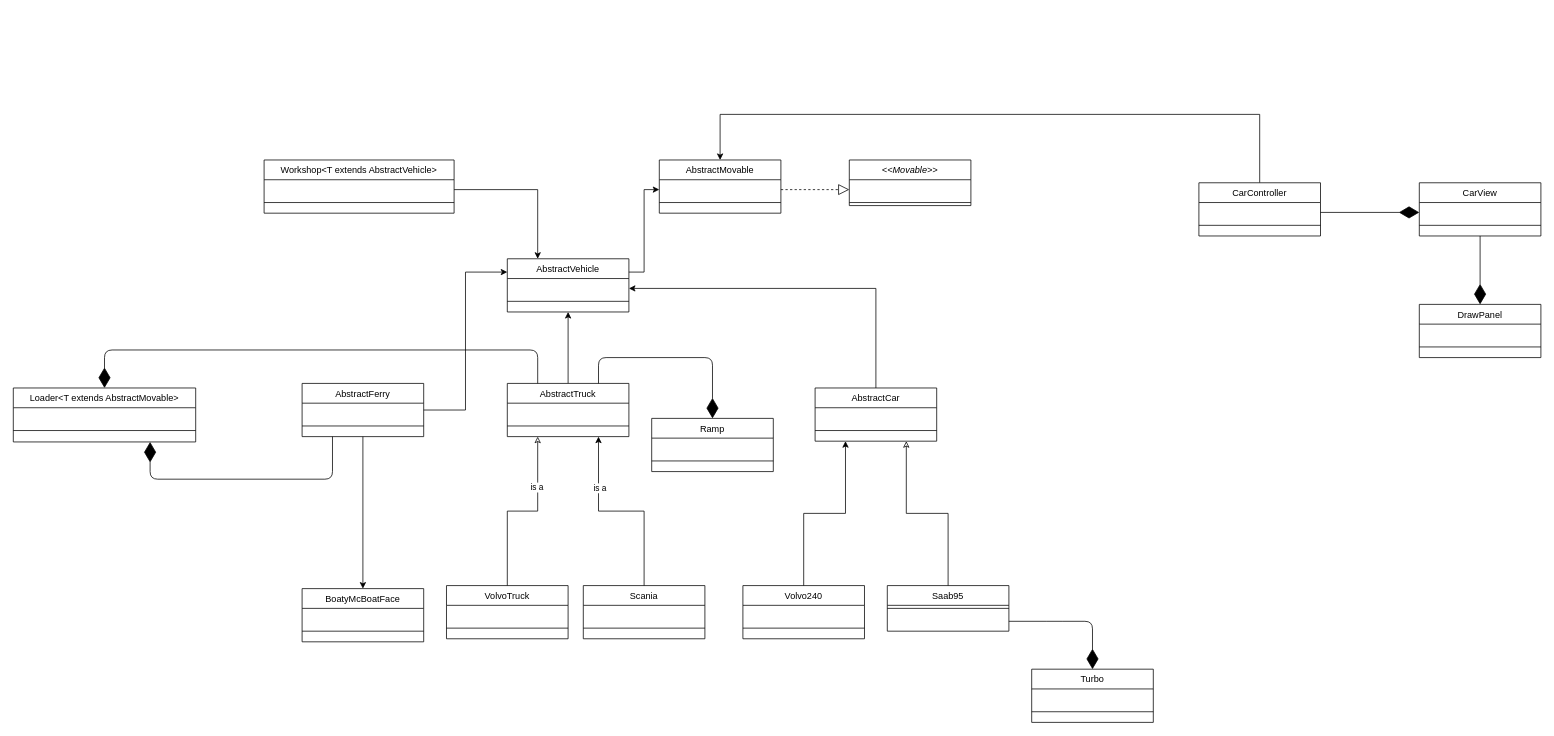
seafewd/oopJava keeps this draw.io diagram as src/UML_refactored.drawio. Above is the earlier version. Source tidied: cells renumbered, new cells numbered last; positions are measured from the earlier drawing's top-left corner, leaving out a move shared by most shapes. Both pictures are drawn from the tidied source at 76%, with x=0, y=0 at pixel (13, 114).
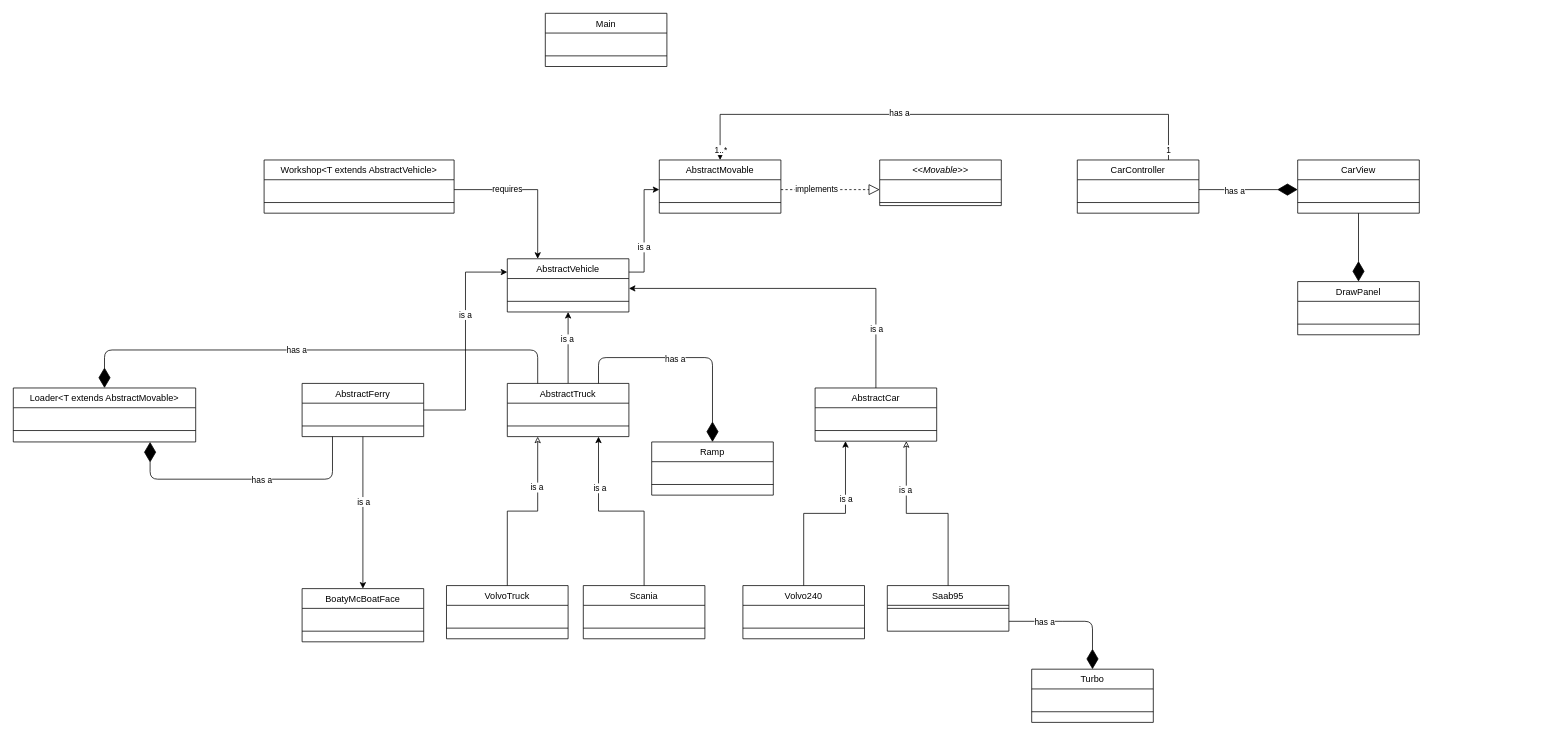
Above is the later version.

Unchanged cells that the change refers to:
```xml
<mxCell id="23" style="edgeStyle=orthogonalEdgeStyle;rounded=0;jettySize=auto;html=1;endArrow=classic;endFill=0;exitX=0.5;exitY=0;exitDx=0;exitDy=0;entryX=0.75;entryY=1;entryDx=0;entryDy=0;" parent="1" edge="1" source="2" target="11">
  <mxGeometry relative="1" as="geometry" />
</mxCell>
<mxCell id="32" style="edgeStyle=orthogonalEdgeStyle;rounded=0;jettySize=auto;html=1;entryX=0.5;entryY=1;entryDx=0;entryDy=0;" parent="1" edge="1" source="33" target="20">
  <mxGeometry relative="1" as="geometry" />
</mxCell>
<mxCell id="36" style="edgeStyle=orthogonalEdgeStyle;rounded=0;jettySize=auto;html=1;entryX=0;entryY=0.25;entryDx=0;entryDy=0;" parent="1" edge="1" source="38" target="20">
  <mxGeometry relative="1" as="geometry" />
</mxCell>
<mxCell id="37" style="edgeStyle=orthogonalEdgeStyle;rounded=0;jettySize=auto;html=1;entryX=0.5;entryY=0;entryDx=0;entryDy=0;" parent="1" edge="1" source="38" target="8">
  <mxGeometry relative="1" as="geometry" />
</mxCell>
<mxCell id="41" value="AbstractMovable" style="swimlane;fontStyle=0;align=center;verticalAlign=top;horizontal=1;startSize=26;rounded=0;shadow=0;strokeWidth=1;" parent="1" vertex="1">
  <mxGeometry x="850" y="60" width="160" height="70" as="geometry" />
</mxCell>
<mxCell id="44" style="edgeStyle=orthogonalEdgeStyle;rounded=0;jettySize=auto;html=1;entryX=0.25;entryY=1;entryDx=0;entryDy=0;exitX=0.5;exitY=0;exitDx=0;exitDy=0;" parent="1" edge="1" source="5" target="11">
  <mxGeometry relative="1" as="geometry" />
</mxCell>
<mxCell id="45" style="edgeStyle=orthogonalEdgeStyle;rounded=0;jettySize=auto;html=1;entryX=1;entryY=0.5;entryDx=0;entryDy=0;exitX=0.5;exitY=0;exitDx=0;exitDy=0;" parent="1" edge="1" source="11" target="21">
  <mxGeometry relative="1" as="geometry" />
</mxCell>
<mxCell id="46" style="edgeStyle=orthogonalEdgeStyle;rounded=0;jettySize=auto;html=1;entryX=0;entryY=0.5;entryDx=0;entryDy=0;exitX=1;exitY=0.25;exitDx=0;exitDy=0;" parent="1" edge="1" source="20" target="42">
  <mxGeometry relative="1" as="geometry" />
</mxCell>
<mxCell id="52" style="endArrow=diamondThin;endFill=1;endSize=24;html=1;entryX=0.75;entryY=1;entryDx=0;entryDy=0;exitX=0.25;exitY=1;exitDx=0;exitDy=0;" parent="1" edge="1" source="38" target="49">
  <mxGeometry relative="1" as="geometry">
    <Array as="points">
      <mxPoint x="420" y="480" />
      <mxPoint x="180" y="480" />
    </Array>
  </mxGeometry>
</mxCell>
<mxCell id="53" style="endArrow=diamondThin;endFill=1;endSize=24;html=1;entryX=0.5;entryY=0;entryDx=0;entryDy=0;exitX=0.25;exitY=0;exitDx=0;exitDy=0;" parent="1" edge="1" source="33" target="49">
  <mxGeometry relative="1" as="geometry">
    <Array as="points">
      <mxPoint x="690" y="310" />
      <mxPoint x="120" y="310" />
    </Array>
  </mxGeometry>
</mxCell>
<mxCell id="57" style="endArrow=diamondThin;endFill=1;endSize=24;html=1;exitX=0.75;exitY=0;exitDx=0;exitDy=0;entryX=0.5;entryY=0;entryDx=0;entryDy=0;" parent="1" edge="1" source="33" target="54">
  <mxGeometry relative="1" as="geometry">
    <Array as="points">
      <mxPoint x="770" y="320" />
      <mxPoint x="920" y="320" />
    </Array>
  </mxGeometry>
</mxCell>
<mxCell id="61" style="endArrow=diamondThin;endFill=1;endSize=24;html=1;exitX=1;exitY=0.5;exitDx=0;exitDy=0;entryX=0.5;entryY=0;entryDx=0;entryDy=0;" parent="1" edge="1" source="4" target="58">
  <mxGeometry relative="1" as="geometry">
    <Array as="points">
      <mxPoint x="1370" y="667" />
      <mxPoint x="1420" y="667" />
    </Array>
  </mxGeometry>
</mxCell>
<mxCell id="73" style="endArrow=diamondThin;endFill=1;endSize=24;html=1;exitX=1;exitY=0.5;exitDx=0;exitDy=0;entryX=0;entryY=0.5;entryDx=0;entryDy=0;" parent="1" edge="1" source="64" target="70">
  <mxGeometry relative="1" as="geometry" />
</mxCell>
<mxCell id="74" style="edgeStyle=orthogonalEdgeStyle;rounded=0;jettySize=auto;html=1;entryX=0.25;entryY=0;entryDx=0;entryDy=0;" parent="1" edge="1" source="25" target="20">
  <mxGeometry relative="1" as="geometry" />
</mxCell>
<mxCell id="75" style="endArrow=block;dashed=1;endFill=0;endSize=12;html=1;exitX=1;exitY=0.5;exitDx=0;exitDy=0;entryX=0;entryY=0.5;entryDx=0;entryDy=0;" parent="1" edge="1" source="42" target="30">
  <mxGeometry relative="1" as="geometry" />
</mxCell>
```

Change to the diagram source:
```diff
@@
+    <mxCell id="76" value="is a" style="edgeLabel;html=1;align=center;verticalAlign=middle;" parent="23" vertex="1">
+      <mxGeometry x="0.48" y="2" relative="1" as="geometry" />
+    </mxCell>
@@
     <mxCell id="29" value="&lt;&lt;Movable&gt;&gt;" style="swimlane;fontStyle=2;align=center;verticalAlign=top;horizontal=1;startSize=26;rounded=0;shadow=0;strokeWidth=1;" parent="1" vertex="1">
-      <mxGeometry x="1100" y="60" width="160" height="60" as="geometry" />
+      <mxGeometry x="1140" y="60" width="160" height="60" as="geometry" />
     </mxCell>
@@
+    <mxCell id="77" value="is a" style="edgeLabel;html=1;align=center;verticalAlign=middle;" parent="32" vertex="1">
+      <mxGeometry x="0.26" y="2" relative="1" as="geometry" />
+    </mxCell>
@@
+    <mxCell id="78" value="is a" style="edgeLabel;html=1;align=center;verticalAlign=middle;" parent="36" vertex="1">
+      <mxGeometry x="0.24" y="1" relative="1" as="geometry" />
+    </mxCell>
@@
+    <mxCell id="79" value="&lt;div&gt;is a&lt;/div&gt;" style="edgeLabel;html=1;align=center;verticalAlign=middle;" parent="37" vertex="1">
+      <mxGeometry x="-0.15" relative="1" as="geometry" />
+    </mxCell>
@@
+    <mxCell id="80" value="is a" style="edgeLabel;html=1;align=center;verticalAlign=middle;" parent="44" vertex="1">
+      <mxGeometry x="0.38" relative="1" as="geometry" />
+    </mxCell>
@@
+    <mxCell id="81" value="is a" style="edgeLabel;html=1;align=center;verticalAlign=middle;" parent="45" vertex="1">
+      <mxGeometry x="-0.66" relative="1" as="geometry" />
+    </mxCell>
@@
+    <mxCell id="82" value="is a" style="edgeLabel;html=1;align=center;verticalAlign=middle;" parent="46" vertex="1">
+      <mxGeometry x="-0.29" y="1" relative="1" as="geometry" />
+    </mxCell>
@@
+    <mxCell id="83" value="has a" style="edgeLabel;html=1;align=center;verticalAlign=middle;" parent="52" vertex="1">
+      <mxGeometry x="-0.13" y="1" relative="1" as="geometry" />
+    </mxCell>
@@
+    <mxCell id="84" value="has a" style="edgeLabel;html=1;align=center;verticalAlign=middle;" parent="53" vertex="1">
+      <mxGeometry x="0.09" relative="1" as="geometry" />
+    </mxCell>
     <mxCell id="54" value="Ramp" style="swimlane;fontStyle=0;align=center;verticalAlign=top;horizontal=1;startSize=26;rounded=0;shadow=0;strokeWidth=1;" parent="1" vertex="1">
-      <mxGeometry x="840" y="400" width="160" height="70" as="geometry" />
+      <mxGeometry x="840" y="431" width="160" height="70" as="geometry" />
     </mxCell>
@@
+    <mxCell id="85" value="has a" style="edgeLabel;html=1;align=center;verticalAlign=middle;" parent="57" vertex="1">
+      <mxGeometry x="-0.09" y="-1" relative="1" as="geometry" />
+    </mxCell>
@@
+    <mxCell id="86" value="has a" style="edgeLabel;html=1;align=center;verticalAlign=middle;" parent="61" vertex="1">
+      <mxGeometry x="-0.47" relative="1" as="geometry" />
+    </mxCell>
-    <mxCell id="62" style="edgeStyle=orthogonalEdgeStyle;rounded=0;jettySize=auto;html=1;entryX=0.5;entryY=0;entryDx=0;entryDy=0;" parent="1" edge="1" source="63" target="41">
+    <mxCell id="62" style="edgeStyle=orthogonalEdgeStyle;rounded=0;jettySize=auto;html=1;entryX=0.5;entryY=0;entryDx=0;entryDy=0;exitX=0.75;exitY=0;exitDx=0;exitDy=0;" parent="1" edge="1" source="63" target="41">
       <mxGeometry relative="1" as="geometry">
         <Array as="points">
-          <mxPoint x="1640" />
+          <mxPoint x="1520" />
           <mxPoint x="930" />
         </Array>
       </mxGeometry>
     </mxCell>
+    <mxCell id="87" value="1..*" style="edgeLabel;html=1;align=center;verticalAlign=middle;" parent="62" vertex="1">
+      <mxGeometry x="0.96" relative="1" as="geometry" />
+    </mxCell>
+    <mxCell id="88" value="has a" style="edgeLabel;html=1;align=center;verticalAlign=middle;" parent="62" vertex="1">
+      <mxGeometry x="0.17" y="-3" relative="1" as="geometry" />
+    </mxCell>
+    <mxCell id="89" value="1" style="edgeLabel;html=1;align=center;verticalAlign=middle;" parent="62" vertex="1">
+      <mxGeometry x="-0.96" y="1" relative="1" as="geometry" />
+    </mxCell>
     <mxCell id="63" value="CarController" style="swimlane;fontStyle=0;align=center;verticalAlign=top;horizontal=1;startSize=26;rounded=0;shadow=0;strokeWidth=1;" parent="1" vertex="1">
-      <mxGeometry x="1560" y="90" width="160" height="70" as="geometry" />
+      <mxGeometry x="1400" y="60" width="160" height="70" as="geometry" />
     </mxCell>
@@
     <mxCell id="66" value="DrawPanel" style="swimlane;fontStyle=0;align=center;verticalAlign=top;horizontal=1;startSize=26;rounded=0;shadow=0;strokeWidth=1;" parent="1" vertex="1">
-      <mxGeometry x="1850" y="250" width="160" height="70" as="geometry" />
+      <mxGeometry x="1690" y="220" width="160" height="70" as="geometry" />
     </mxCell>
@@
     <mxCell id="69" value="CarView" style="swimlane;fontStyle=0;align=center;verticalAlign=top;horizontal=1;startSize=26;rounded=0;shadow=0;strokeWidth=1;" parent="1" vertex="1">
-      <mxGeometry x="1850" y="90" width="160" height="70" as="geometry" />
+      <mxGeometry x="1690" y="60" width="160" height="70" as="geometry" />
     </mxCell>
@@
+    <mxCell id="90" value="has a" style="edgeLabel;html=1;align=center;verticalAlign=middle;" parent="73" vertex="1">
+      <mxGeometry x="-0.3" y="-1" relative="1" as="geometry" />
+    </mxCell>
@@
+    <mxCell id="91" value="requires" style="edgeLabel;html=1;align=center;verticalAlign=middle;" parent="74" vertex="1">
+      <mxGeometry x="-0.31" y="2" relative="1" as="geometry" />
+    </mxCell>
@@
+    <mxCell id="92" value="implements" style="edgeLabel;html=1;align=center;verticalAlign=middle;" parent="75" vertex="1">
+      <mxGeometry x="-0.29" y="2" relative="1" as="geometry" />
+    </mxCell>
+    <mxCell id="93" value="Main" style="swimlane;fontStyle=0;align=center;verticalAlign=top;horizontal=1;startSize=26;rounded=0;shadow=0;strokeWidth=1;" parent="1" vertex="1">
+      <mxGeometry x="700" y="-133" width="160" height="70" as="geometry" />
+    </mxCell>
+    <mxCell id="94" value=" " style="text;align=left;verticalAlign=top;spacingLeft=4;spacingRight=4;overflow=hidden;" parent="93" vertex="1">
+      <mxGeometry y="26" width="160" height="26" as="geometry" />
+    </mxCell>
+    <mxCell id="95" style="line;html=1;strokeWidth=1;align=left;verticalAlign=middle;spacingTop=-1;spacingLeft=3;spacingRight=3;labelPosition=right;" parent="93" vertex="1">
+      <mxGeometry y="52" width="160" height="8" as="geometry" />
+    </mxCell>
```
